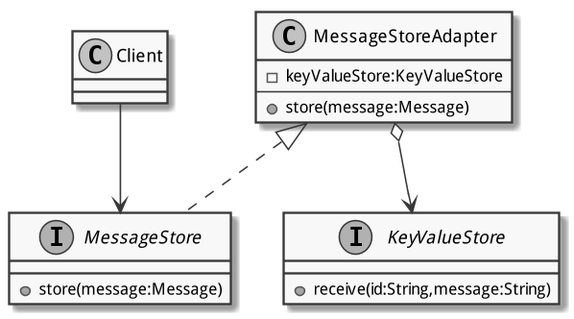
The PlantUML diagram vsk/zusammenfassung/pics/adapter.png in patrickbucher/inf-stud-hslu, before a commit.
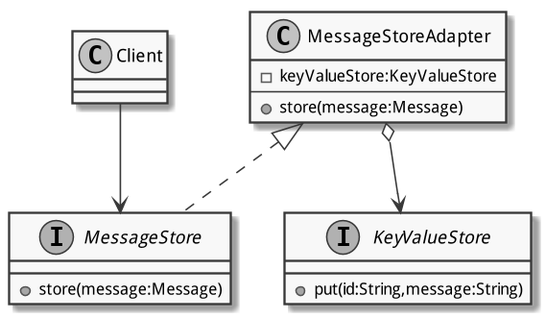
After the commit.

What changed in the source:
```diff
@@ -17,7 +17,7 @@
 MessageStoreAdapter <|.. MessageStore
 
 interface KeyValueStore {
-    + receive(id:String,message:String)
+    + put(id:String,message:String)
 }
 
 MessageStoreAdapter o--> KeyValueStore
```
